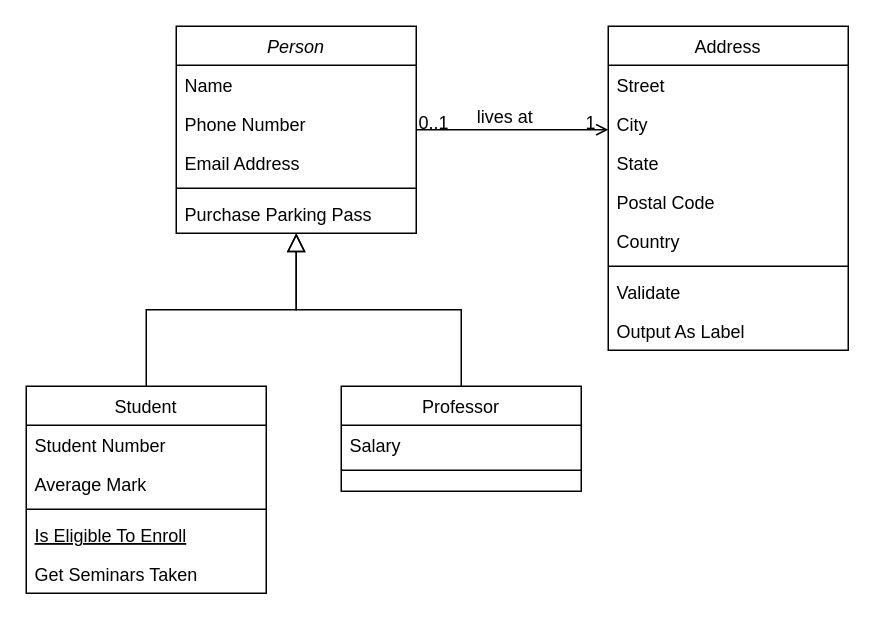
The draw.io diagram Diagram zonder titel.drawio in RyanLisse/vehicles, before the edit. Source tidied: cells renumbered, new cells numbered last; positions are measured from the earlier drawing's top-left corner, leaving out a move shared by most shapes. Both pictures are drawn from the tidied source at 150%, with x=0, y=0 at pixel (26, 26).
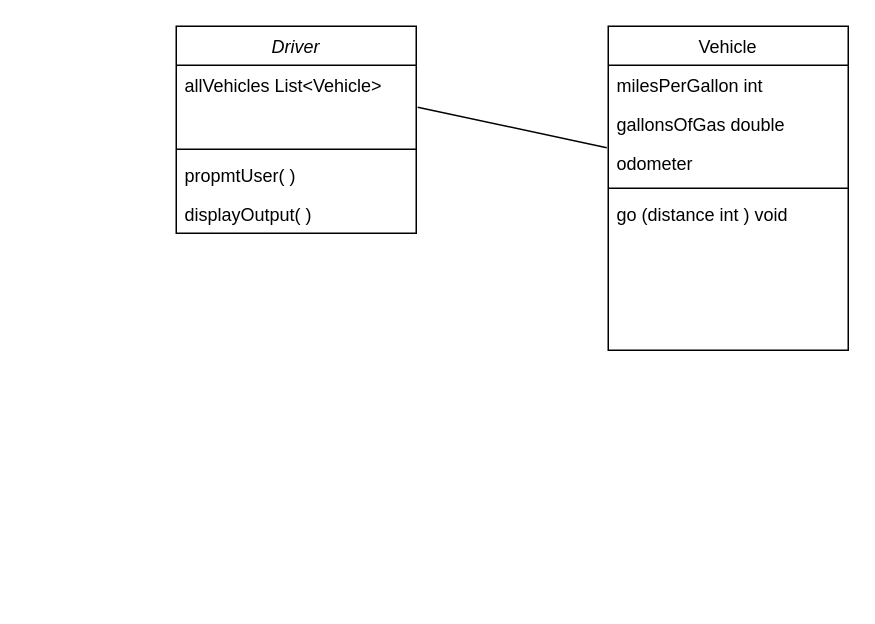
After the change.

Commit message:
Vehicle Class Diagram

Change to the diagram source:
```diff
@@
-    <mxCell id="2" value="Person" style="swimlane;fontStyle=2;align=center;verticalAlign=top;horizontal=1;startSize=26;rounded=0;shadow=0;strokeWidth=1;" parent="1" vertex="1">
+    <mxCell id="2" value="Driver" style="swimlane;fontStyle=2;align=center;verticalAlign=top;horizontal=1;startSize=26;rounded=0;shadow=0;strokeWidth=1;" parent="1" vertex="1">
       <mxGeometry x="100" width="160" height="138" as="geometry" />
     </mxCell>
-    <mxCell id="3" value="Name" style="text;align=left;verticalAlign=top;spacingLeft=4;spacingRight=4;overflow=hidden;" parent="2" vertex="1">
+    <mxCell id="3" value="allVehicles List&lt;Vehicle&gt;" style="text;align=left;verticalAlign=top;spacingLeft=4;spacingRight=4;overflow=hidden;" parent="2" vertex="1">
       <mxGeometry y="26" width="160" height="26" as="geometry" />
     </mxCell>
-    <mxCell id="4" value="Phone Number" style="text;align=left;verticalAlign=top;spacingLeft=4;spacingRight=4;overflow=hidden;rounded=0;shadow=0;html=0;" parent="2" vertex="1">
-      <mxGeometry y="52" width="160" height="26" as="geometry" />
-    </mxCell>
-    <mxCell id="5" value="Email Address" style="text;align=left;verticalAlign=top;spacingLeft=4;spacingRight=4;overflow=hidden;points=[[0,0.5],[1,0.5]];portConstraint=eastwest;rounded=0;shadow=0;html=0;" parent="2" vertex="1">
-      <mxGeometry y="78" width="160" height="26" as="geometry" />
+    <mxCell id="5" value="&#10;&#10;" style="text;align=left;verticalAlign=top;spacingLeft=4;spacingRight=4;overflow=hidden;points=[[0,0.5],[1,0.5]];portConstraint=eastwest;rounded=0;shadow=0;html=0;" parent="2" vertex="1">
+      <mxGeometry y="52" width="160" height="26" as="geometry" />
     </mxCell>
     <mxCell id="6" style="line;html=1;strokeWidth=1;align=left;verticalAlign=middle;spacingTop=-1;spacingLeft=3;spacingRight=3;labelPosition=right;" parent="2" vertex="1">
-      <mxGeometry y="104" width="160" height="8" as="geometry" />
+      <mxGeometry y="78" width="160" height="8" as="geometry" />
     </mxCell>
-    <mxCell id="7" value="Purchase Parking Pass" style="text;align=left;verticalAlign=top;spacingLeft=4;spacingRight=4;overflow=hidden;" parent="2" vertex="1">
-      <mxGeometry y="112" width="160" height="26" as="geometry" />
+    <mxCell id="7" value="propmtUser( )  " style="text;align=left;verticalAlign=top;spacingLeft=4;spacingRight=4;overflow=hidden;" parent="2" vertex="1">
+      <mxGeometry y="86" width="160" height="26" as="geometry" />
     </mxCell>
-    <mxCell id="8" value="Student" style="swimlane;fontStyle=0;align=center;verticalAlign=top;horizontal=1;startSize=26;rounded=0;shadow=0;strokeWidth=1;" parent="1" vertex="1">
-      <mxGeometry y="240" width="160" height="138" as="geometry" />
-    </mxCell>
-    <mxCell id="9" value="Student Number" style="text;align=left;verticalAlign=top;spacingLeft=4;spacingRight=4;overflow=hidden;" parent="8" vertex="1">
-      <mxGeometry y="26" width="160" height="26" as="geometry" />
-    </mxCell>
-    <mxCell id="10" value="Average Mark" style="text;align=left;verticalAlign=top;spacingLeft=4;spacingRight=4;overflow=hidden;rounded=0;shadow=0;html=0;" parent="8" vertex="1">
-      <mxGeometry y="52" width="160" height="26" as="geometry" />
-    </mxCell>
-    <mxCell id="11" style="line;html=1;strokeWidth=1;align=left;verticalAlign=middle;spacingTop=-1;spacingLeft=3;spacingRight=3;labelPosition=right;" parent="8" vertex="1">
-      <mxGeometry y="78" width="160" height="8" as="geometry" />
-    </mxCell>
-    <mxCell id="12" value="Is Eligible To Enroll" style="text;align=left;verticalAlign=top;spacingLeft=4;spacingRight=4;overflow=hidden;fontStyle=4;" parent="8" vertex="1">
-      <mxGeometry y="86" width="160" height="26" as="geometry" />
-    </mxCell>
-    <mxCell id="13" value="Get Seminars Taken" style="text;align=left;verticalAlign=top;spacingLeft=4;spacingRight=4;overflow=hidden;" parent="8" vertex="1">
-      <mxGeometry y="112" width="160" height="26" as="geometry" />
-    </mxCell>
-    <mxCell id="14" style="endArrow=block;endSize=10;endFill=0;shadow=0;strokeWidth=1;rounded=0;edgeStyle=elbowEdgeStyle;elbow=vertical;" parent="1" edge="1" source="8" target="2">
-      <mxGeometry relative="1" as="geometry" />
-    </mxCell>
-    <mxCell id="15" value="Professor" style="swimlane;fontStyle=0;align=center;verticalAlign=top;horizontal=1;startSize=26;rounded=0;shadow=0;strokeWidth=1;" parent="1" vertex="1">
-      <mxGeometry x="210" y="240" width="160" height="70" as="geometry" />
-    </mxCell>
-    <mxCell id="16" value="Salary" style="text;align=left;verticalAlign=top;spacingLeft=4;spacingRight=4;overflow=hidden;" parent="15" vertex="1">
-      <mxGeometry y="26" width="160" height="26" as="geometry" />
-    </mxCell>
-    <mxCell id="17" style="line;html=1;strokeWidth=1;align=left;verticalAlign=middle;spacingTop=-1;spacingLeft=3;spacingRight=3;labelPosition=right;" parent="15" vertex="1">
-      <mxGeometry y="52" width="160" height="8" as="geometry" />
-    </mxCell>
-    <mxCell id="18" style="endArrow=block;endSize=10;endFill=0;shadow=0;strokeWidth=1;rounded=0;edgeStyle=elbowEdgeStyle;elbow=vertical;" parent="1" edge="1" source="15" target="2">
-      <mxGeometry relative="1" as="geometry" />
-    </mxCell>
+    <mxCell id="32" value="displayOutput( )" style="text;align=left;verticalAlign=top;spacingLeft=4;spacingRight=4;overflow=hidden;" parent="2" vertex="1">
+      <mxGeometry y="112" width="160" height="26" as="geometry" />
+    </mxCell>
-    <mxCell id="19" value="Address" style="swimlane;fontStyle=0;align=center;verticalAlign=top;horizontal=1;startSize=26;rounded=0;shadow=0;strokeWidth=1;" parent="1" vertex="1">
+    <mxCell id="19" value="Vehicle" style="swimlane;fontStyle=0;align=center;verticalAlign=top;horizontal=1;startSize=26;rounded=0;shadow=0;strokeWidth=1;" parent="1" vertex="1">
       <mxGeometry x="388" width="160" height="216" as="geometry" />
     </mxCell>
-    <mxCell id="20" value="Street" style="text;align=left;verticalAlign=top;spacingLeft=4;spacingRight=4;overflow=hidden;" parent="19" vertex="1">
+    <mxCell id="20" value="milesPerGallon int" style="text;align=left;verticalAlign=top;spacingLeft=4;spacingRight=4;overflow=hidden;" parent="19" vertex="1">
       <mxGeometry y="26" width="160" height="26" as="geometry" />
     </mxCell>
-    <mxCell id="21" value="City" style="text;align=left;verticalAlign=top;spacingLeft=4;spacingRight=4;overflow=hidden;rounded=0;shadow=0;html=0;" parent="19" vertex="1">
+    <mxCell id="21" value="gallonsOfGas double" style="text;align=left;verticalAlign=top;spacingLeft=4;spacingRight=4;overflow=hidden;rounded=0;shadow=0;html=0;" parent="19" vertex="1">
       <mxGeometry y="52" width="160" height="26" as="geometry" />
     </mxCell>
-    <mxCell id="22" value="State" style="text;align=left;verticalAlign=top;spacingLeft=4;spacingRight=4;overflow=hidden;points=[[0,0.5],[1,0.5]];portConstraint=eastwest;rounded=0;shadow=0;html=0;" parent="19" vertex="1">
+    <mxCell id="22" value="odometer" style="text;align=left;verticalAlign=top;spacingLeft=4;spacingRight=4;overflow=hidden;points=[[0,0.5],[1,0.5]];portConstraint=eastwest;rounded=0;shadow=0;html=0;" parent="19" vertex="1">
       <mxGeometry y="78" width="160" height="26" as="geometry" />
     </mxCell>
-    <mxCell id="23" value="Postal Code" style="text;align=left;verticalAlign=top;spacingLeft=4;spacingRight=4;overflow=hidden;rounded=0;shadow=0;html=0;" parent="19" vertex="1">
-      <mxGeometry y="104" width="160" height="26" as="geometry" />
-    </mxCell>
-    <mxCell id="24" value="Country" style="text;align=left;verticalAlign=top;spacingLeft=4;spacingRight=4;overflow=hidden;rounded=0;shadow=0;html=0;" parent="19" vertex="1">
-      <mxGeometry y="130" width="160" height="26" as="geometry" />
-    </mxCell>
     <mxCell id="25" style="line;html=1;strokeWidth=1;align=left;verticalAlign=middle;spacingTop=-1;spacingLeft=3;spacingRight=3;labelPosition=right;" parent="19" vertex="1">
-      <mxGeometry y="156" width="160" height="8" as="geometry" />
+      <mxGeometry y="104" width="160" height="8" as="geometry" />
     </mxCell>
-    <mxCell id="26" value="Validate" style="text;align=left;verticalAlign=top;spacingLeft=4;spacingRight=4;overflow=hidden;" parent="19" vertex="1">
-      <mxGeometry y="164" width="160" height="26" as="geometry" />
+    <mxCell id="26" value="go (distance int ) void" style="text;align=left;verticalAlign=top;spacingLeft=4;spacingRight=4;overflow=hidden;" parent="19" vertex="1">
+      <mxGeometry y="112" width="160" height="26" as="geometry" />
     </mxCell>
-    <mxCell id="27" value="Output As Label" style="text;align=left;verticalAlign=top;spacingLeft=4;spacingRight=4;overflow=hidden;" parent="19" vertex="1">
-      <mxGeometry y="190" width="160" height="26" as="geometry" />
-    </mxCell>
-    <mxCell id="28" style="endArrow=open;shadow=0;strokeWidth=1;rounded=0;endFill=1;edgeStyle=elbowEdgeStyle;elbow=vertical;" parent="1" edge="1" source="2" target="19">
-      <mxGeometry x="0.5" y="41" relative="1" as="geometry">
-        <mxPoint x="-40" y="32" as="offset" />
-      </mxGeometry>
-    </mxCell>
-    <mxCell id="29" value="0..1" style="align=left;verticalAlign=bottom;labelBackgroundColor=none;fontSize=12;" parent="28" vertex="1">
-      <mxGeometry x="-1" relative="1" as="geometry">
-        <mxPoint y="4" as="offset" />
-      </mxGeometry>
-    </mxCell>
-    <mxCell id="30" value="1" style="align=right;verticalAlign=bottom;labelBackgroundColor=none;fontSize=12;" parent="28" vertex="1">
-      <mxGeometry x="1" relative="1" as="geometry">
-        <mxPoint x="-7" y="4" as="offset" />
-      </mxGeometry>
-    </mxCell>
-    <mxCell id="31" value="lives at" style="text;html=1;align=center;verticalAlign=middle;labelBackgroundColor=none;rounded=0;shadow=0;strokeWidth=1;fontSize=12;" parent="28" vertex="1">
-      <mxGeometry x="0.5" y="49" relative="1" as="geometry">
-        <mxPoint x="-38" y="40" as="offset" />
-      </mxGeometry>
-    </mxCell>
+    <mxCell id="33" style="endArrow=none;html=1;rounded=0;entryX=-0.006;entryY=0.115;entryDx=0;entryDy=0;entryPerimeter=0;exitX=1.006;exitY=0.077;exitDx=0;exitDy=0;exitPerimeter=0;" parent="1" edge="1" source="5" target="22">
+      <mxGeometry relative="1" as="geometry" />
+    </mxCell>
```
